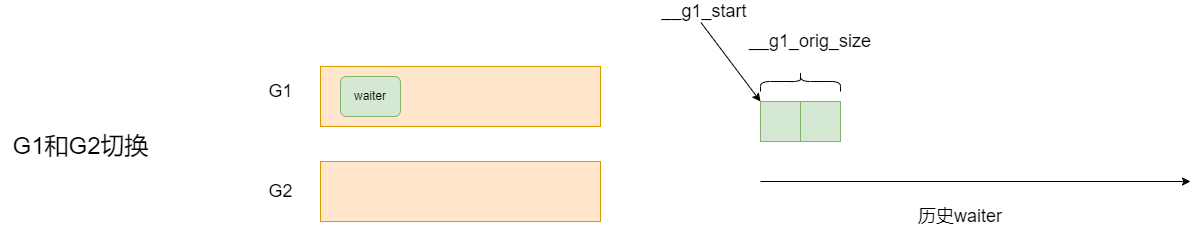
zgjsxx/static-img-repo keeps this draw.io diagram as blog/Linux/application-dev/cond-var/demo2.png. Above is the earlier version. Source tidied: cells renumbered, new cells last; positions are measured from the earlier drawing's top-left corner, leaving out a move shared by most shapes. Source of this version:
```xml
<mxGraphModel>
  <root>
    <mxCell id="0" />
    <mxCell id="1" parent="0" />
    <mxCell id="2" style="rounded=0;whiteSpace=wrap;html=1;fillColor=#ffe6cc;strokeColor=#d79b00;" parent="1" vertex="1">
      <mxGeometry x="320" y="65" width="280" height="60" as="geometry" />
    </mxCell>
    <mxCell id="3" value="waiter" style="rounded=1;whiteSpace=wrap;html=1;fillColor=#d5e8d4;strokeColor=#82b366;shadow=0;" parent="1" vertex="1">
      <mxGeometry x="340" y="75" width="60" height="40" as="geometry" />
    </mxCell>
    <mxCell id="4" style="rounded=0;whiteSpace=wrap;html=1;fillColor=#ffe6cc;strokeColor=#d79b00;" parent="1" vertex="1">
      <mxGeometry x="320" y="160" width="280" height="60" as="geometry" />
    </mxCell>
    <mxCell id="5" value="&lt;font style=&quot;font-size: 18px&quot;&gt;G1&lt;/font&gt;" style="text;html=1;align=center;verticalAlign=middle;fillColor=none;strokeColor=none;rounded=0;shadow=0;" parent="1" vertex="1">
      <mxGeometry x="260" y="80" width="40" height="20" as="geometry" />
    </mxCell>
    <mxCell id="6" value="&lt;font style=&quot;font-size: 18px&quot;&gt;G2&lt;/font&gt;" style="text;html=1;align=center;verticalAlign=middle;fillColor=none;strokeColor=none;rounded=0;shadow=0;" parent="1" vertex="1">
      <mxGeometry x="260" y="180" width="40" height="20" as="geometry" />
    </mxCell>
    <mxCell id="7" value="&lt;font style=&quot;font-size: 24px&quot;&gt;G1和G2切换&lt;/font&gt;" style="text;html=1;align=center;verticalAlign=middle;fillColor=none;strokeColor=none;rounded=0;shadow=0;fontSize=18;" parent="1" vertex="1">
      <mxGeometry y="125" width="160" height="40" as="geometry" />
    </mxCell>
    <mxCell id="8" style="rounded=0;whiteSpace=wrap;html=1;fillColor=#d5e8d4;strokeColor=#82b366;" parent="1" vertex="1">
      <mxGeometry x="760" y="100" width="40" height="40" as="geometry" />
    </mxCell>
    <mxCell id="9" style="rounded=0;whiteSpace=wrap;html=1;fillColor=#d5e8d4;strokeColor=#82b366;" parent="1" vertex="1">
      <mxGeometry x="800" y="100" width="40" height="40" as="geometry" />
    </mxCell>
    <mxCell id="10" style="endArrow=classic;html=1;rounded=0;" parent="1" edge="1">
      <mxGeometry relative="1" as="geometry">
        <mxPoint x="760" y="180" as="sourcePoint" />
        <mxPoint x="1190" y="180" as="targetPoint" />
      </mxGeometry>
    </mxCell>
    <mxCell id="11" value="&lt;font style=&quot;font-size: 18px;&quot;&gt;历史waiter&lt;/font&gt;" style="text;strokeColor=none;align=center;fillColor=none;html=1;verticalAlign=middle;whiteSpace=wrap;rounded=0;" parent="1" vertex="1">
      <mxGeometry x="890" y="200" width="140" height="30" as="geometry" />
    </mxCell>
    <mxCell id="12" value="&lt;font style=&quot;font-size: 18px;&quot;&gt;__g1_start&lt;/font&gt;" style="text;strokeColor=none;align=center;fillColor=none;html=1;verticalAlign=middle;whiteSpace=wrap;rounded=0;" parent="1" vertex="1">
      <mxGeometry x="674" width="60" height="20" as="geometry" />
    </mxCell>
    <mxCell id="13" style="endArrow=classic;html=1;rounded=0;fontSize=18;entryX=0;entryY=0;entryDx=0;entryDy=0;exitX=0.441;exitY=1.052;exitDx=0;exitDy=0;exitPerimeter=0;" parent="1" edge="1" source="12" target="8">
      <mxGeometry relative="1" as="geometry" />
    </mxCell>
    <mxCell id="14" style="shape=curlyBracket;whiteSpace=wrap;html=1;rounded=1;labelPosition=left;verticalLabelPosition=middle;align=right;verticalAlign=middle;fontSize=18;rotation=90;" parent="1" vertex="1">
      <mxGeometry x="790" y="40" width="20" height="80" as="geometry" />
    </mxCell>
    <mxCell id="15" value="&lt;font style=&quot;font-size: 18px;&quot;&gt;__g1_orig_size&lt;/font&gt;" style="text;strokeColor=none;align=center;fillColor=none;html=1;verticalAlign=middle;whiteSpace=wrap;rounded=0;" parent="1" vertex="1">
      <mxGeometry x="780" y="30" width="60" height="20" as="geometry" />
    </mxCell>
  </root>
</mxGraphModel>
```
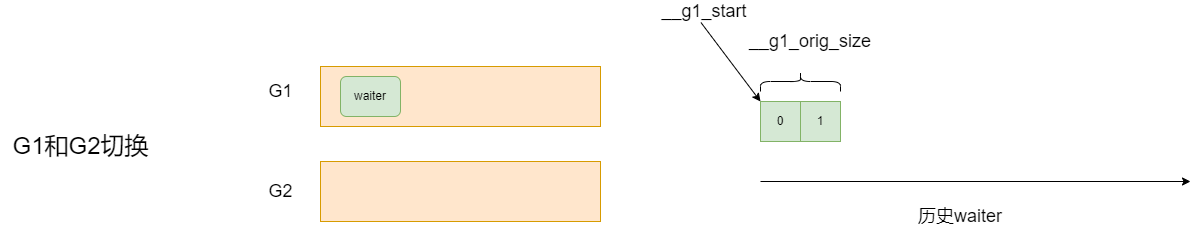
The same file after the commit.

What changed in the source:
```diff
@@ -20,10 +20,10 @@
     <mxCell id="7" value="&lt;font style=&quot;font-size: 24px&quot;&gt;G1和G2切换&lt;/font&gt;" style="text;html=1;align=center;verticalAlign=middle;fillColor=none;strokeColor=none;rounded=0;shadow=0;fontSize=18;" parent="1" vertex="1">
       <mxGeometry y="125" width="160" height="40" as="geometry" />
     </mxCell>
-    <mxCell id="8" style="rounded=0;whiteSpace=wrap;html=1;fillColor=#d5e8d4;strokeColor=#82b366;" parent="1" vertex="1">
+    <mxCell id="8" value="0" style="rounded=0;whiteSpace=wrap;html=1;fillColor=#d5e8d4;strokeColor=#82b366;" parent="1" vertex="1">
       <mxGeometry x="760" y="100" width="40" height="40" as="geometry" />
     </mxCell>
-    <mxCell id="9" style="rounded=0;whiteSpace=wrap;html=1;fillColor=#d5e8d4;strokeColor=#82b366;" parent="1" vertex="1">
+    <mxCell id="9" value="1" style="rounded=0;whiteSpace=wrap;html=1;fillColor=#d5e8d4;strokeColor=#82b366;" parent="1" vertex="1">
       <mxGeometry x="800" y="100" width="40" height="40" as="geometry" />
     </mxCell>
     <mxCell id="10" style="endArrow=classic;html=1;rounded=0;" parent="1" edge="1">
```
